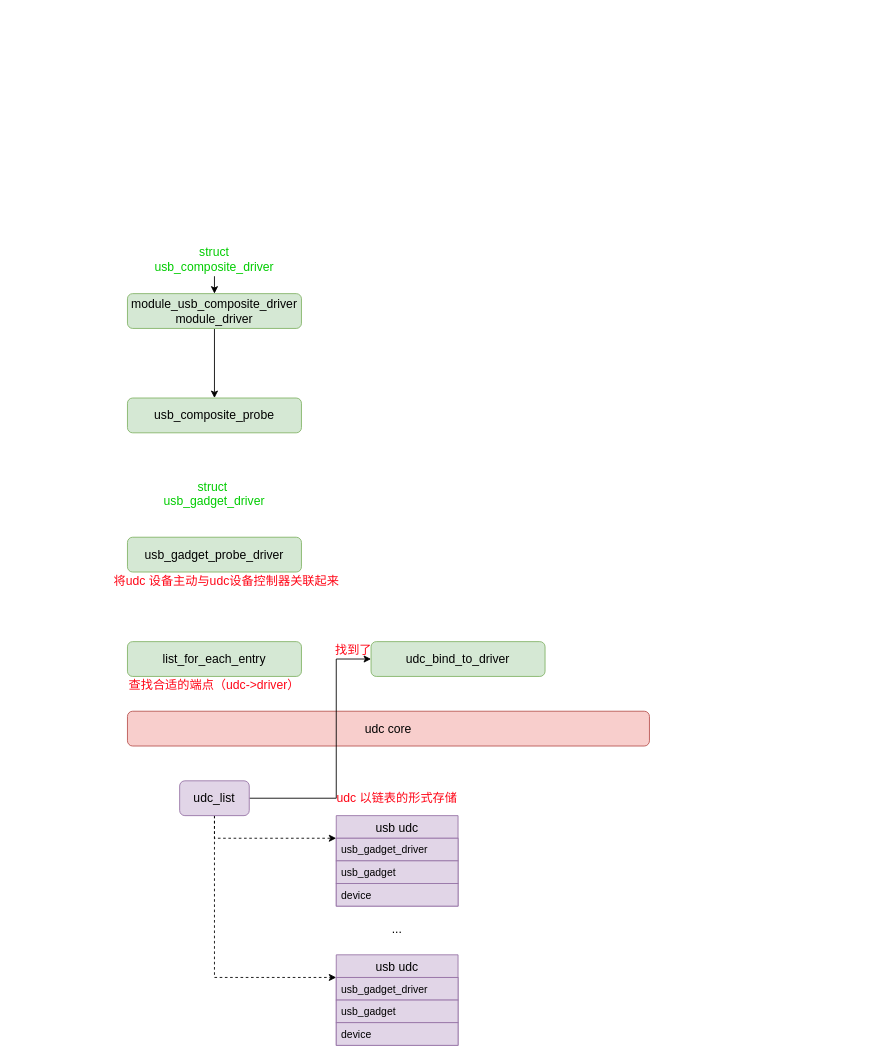
Above: USB gadget 驱动框架2.drawio in Vinson-001/Blog-flow-chart (draw.io), before the change. Source tidied: cells renumbered, new cells numbered last; positions are measured from the earlier drawing's top-left corner, leaving out a move shared by most shapes. Both pictures are drawn from the tidied source at 87%, with x=0, y=0 at pixel (104, 241).
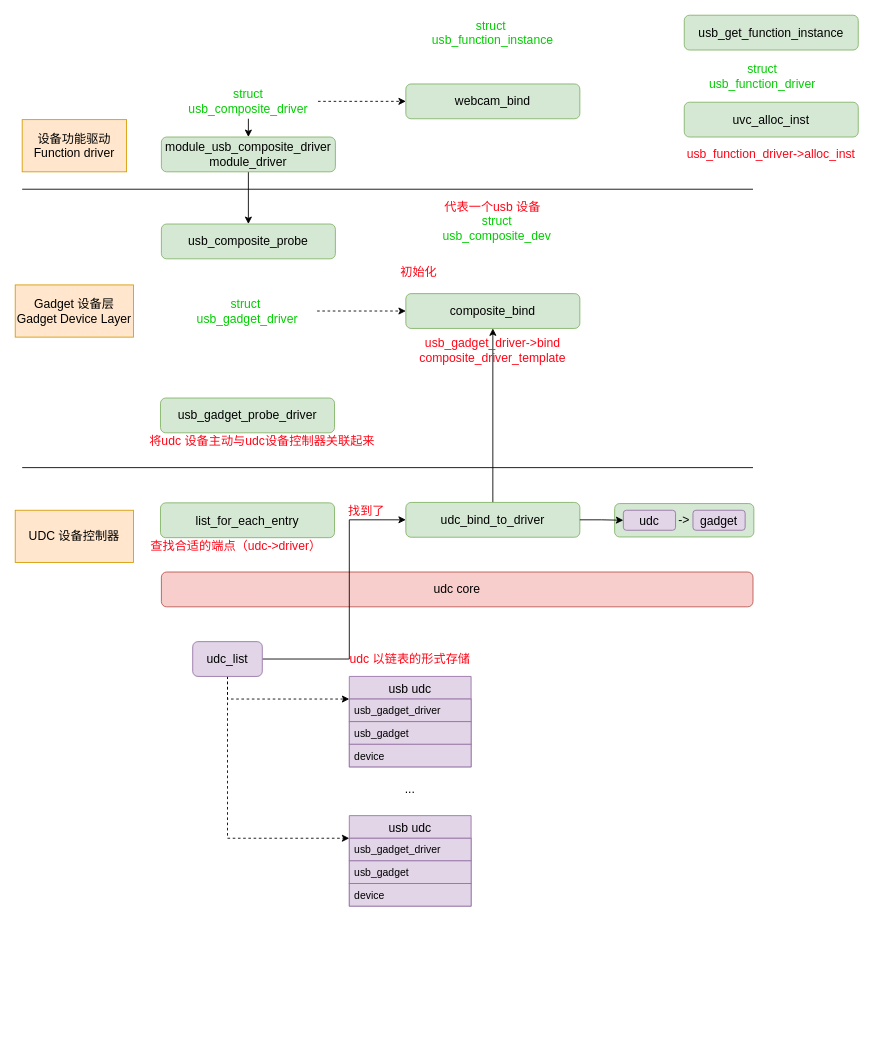
After the change.

Commit message:
更新USB gadget 驱动框架2.drawio

What changed in the source:
```diff
@@
+    <mxCell id="29" style="edgeStyle=orthogonalEdgeStyle;rounded=0;jettySize=auto;html=1;exitX=0.5;exitY=0;exitDx=0;exitDy=0;entryX=0.5;entryY=1;entryDx=0;entryDy=0;fontSize=14;" parent="1" edge="1" source="16" target="39">
+      <mxGeometry relative="1" as="geometry" />
+    </mxCell>
+    <mxCell id="30" value="&lt;font color=&quot;#ff0516&quot;&gt;usb_gadget_driver-&amp;gt;bind&lt;br&gt;composite_driver_template&lt;br&gt;&lt;/font&gt;" style="text;html=1;strokeColor=none;fillColor=none;align=center;verticalAlign=middle;whiteSpace=wrap;rounded=0;fontSize=14;" parent="1" vertex="1">
+      <mxGeometry x="361" y="110" width="170" height="30" as="geometry" />
+    </mxCell>
     <mxCell id="2" value="&lt;font&gt;&lt;span style=&quot;font-size: 14px&quot;&gt;udc core&lt;/span&gt;&lt;br&gt;&lt;/font&gt;" style="rounded=1;whiteSpace=wrap;html=1;fillColor=#f8cecc;strokeColor=#b85450;" parent="1" vertex="1">
-      <mxGeometry x="26" y="540" width="600" height="40" as="geometry" />
+      <mxGeometry x="65" y="380" width="680" height="40" as="geometry" />
     </mxCell>
@@
     <mxCell id="4" value="&lt;font&gt;&lt;span style=&quot;font-size: 14px&quot;&gt;module_usb_composite_driver&lt;/span&gt;&lt;font style=&quot;font-size: 14px&quot;&gt;&lt;br&gt;module_driver&lt;/font&gt;&lt;br&gt;&lt;/font&gt;" style="rounded=1;whiteSpace=wrap;html=1;fillColor=#d5e8d4;strokeColor=#82b366;" parent="1" vertex="1">
-      <mxGeometry x="26" y="60" width="200" height="40" as="geometry" />
+      <mxGeometry x="65" y="-120" width="200" height="40" as="geometry" />
     </mxCell>
@@
+    <mxCell id="31" style="edgeStyle=orthogonalEdgeStyle;rounded=0;jettySize=auto;html=1;exitX=1;exitY=0.5;exitDx=0;exitDy=0;fontSize=14;dashed=1;" parent="1" edge="1" source="6" target="48">
+      <mxGeometry relative="1" as="geometry" />
+    </mxCell>
     <mxCell id="6" value="&lt;font color=&quot;#00cc00&quot;&gt;struct usb_composite_driver&lt;/font&gt;" style="text;html=1;strokeColor=none;fillColor=none;align=center;verticalAlign=middle;whiteSpace=wrap;rounded=0;fontSize=14;" parent="1" vertex="1">
-      <mxGeometry x="46" width="160" height="40" as="geometry" />
+      <mxGeometry x="85" y="-181" width="160" height="40" as="geometry" />
     </mxCell>
     <mxCell id="7" value="&lt;font&gt;&lt;span style=&quot;font-size: 14px&quot;&gt;usb_composite_probe&lt;/span&gt;&lt;br&gt;&lt;/font&gt;" style="rounded=1;whiteSpace=wrap;html=1;fillColor=#d5e8d4;strokeColor=#82b366;" parent="1" vertex="1">
-      <mxGeometry x="26" y="180" width="200" height="40" as="geometry" />
+      <mxGeometry x="65" y="-20" width="200" height="40" as="geometry" />
     </mxCell>
+    <mxCell id="32" style="edgeStyle=orthogonalEdgeStyle;rounded=0;jettySize=auto;html=1;exitX=1;exitY=0.5;exitDx=0;exitDy=0;entryX=0;entryY=0.5;entryDx=0;entryDy=0;dashed=1;fontSize=14;" parent="1" edge="1" source="8" target="39">
+      <mxGeometry relative="1" as="geometry" />
+    </mxCell>
     <mxCell id="8" value="&lt;font color=&quot;#00cc00&quot;&gt;struct&amp;nbsp;&lt;br&gt;usb_gadget_driver&lt;/font&gt;" style="text;html=1;strokeColor=none;fillColor=none;align=center;verticalAlign=middle;whiteSpace=wrap;rounded=0;fontSize=14;" parent="1" vertex="1">
-      <mxGeometry x="46" y="270" width="160" height="40" as="geometry" />
+      <mxGeometry x="84" y="60" width="160" height="40" as="geometry" />
     </mxCell>
     <mxCell id="9" value="&lt;font&gt;&lt;span style=&quot;font-size: 14px&quot;&gt;usb_gadget_probe_driver&lt;/span&gt;&lt;br&gt;&lt;/font&gt;" style="rounded=1;whiteSpace=wrap;html=1;fillColor=#d5e8d4;strokeColor=#82b366;" parent="1" vertex="1">
-      <mxGeometry x="26" y="340" width="200" height="40" as="geometry" />
+      <mxGeometry x="64" y="180" width="200" height="40" as="geometry" />
     </mxCell>
     <mxCell id="10" value="&lt;font color=&quot;#ff0516&quot;&gt;将udc 设备主动与udc设备控制器关联起来&lt;/font&gt;" style="text;html=1;strokeColor=none;fillColor=none;align=center;verticalAlign=middle;whiteSpace=wrap;rounded=0;fontSize=14;" parent="1" vertex="1">
-      <mxGeometry y="380" width="280" height="20" as="geometry" />
+      <mxGeometry x="41" y="220" width="280" height="20" as="geometry" />
     </mxCell>
     <mxCell id="11" value="&lt;font&gt;&lt;span style=&quot;font-size: 14px&quot;&gt;list_for_each_entry&lt;/span&gt;&lt;br&gt;&lt;/font&gt;" style="rounded=1;whiteSpace=wrap;html=1;fillColor=#d5e8d4;strokeColor=#82b366;" parent="1" vertex="1">
-      <mxGeometry x="26" y="460" width="200" height="40" as="geometry" />
+      <mxGeometry x="64" y="300.5" width="200" height="40" as="geometry" />
     </mxCell>
     <mxCell id="12" style="edgeStyle=orthogonalEdgeStyle;rounded=0;jettySize=auto;html=1;exitX=1;exitY=0.5;exitDx=0;exitDy=0;entryX=0;entryY=0.5;entryDx=0;entryDy=0;fontSize=14;" parent="1" edge="1" source="15" target="16">
       <mxGeometry relative="1" as="geometry">
         <Array as="points">
-          <mxPoint x="266" y="640" />
-          <mxPoint x="266" y="480" />
+          <mxPoint x="281" y="480" />
+          <mxPoint x="281" y="320" />
         </Array>
       </mxGeometry>
     </mxCell>
@@
     <mxCell id="15" value="&lt;font&gt;&lt;span style=&quot;font-size: 14px&quot;&gt;udc_list&lt;/span&gt;&lt;br&gt;&lt;/font&gt;" style="rounded=1;whiteSpace=wrap;html=1;fillColor=#e1d5e7;strokeColor=#9673a6;" parent="1" vertex="1">
-      <mxGeometry x="86" y="620" width="80" height="40" as="geometry" />
+      <mxGeometry x="101" y="460" width="80" height="40" as="geometry" />
     </mxCell>
     <mxCell id="16" value="&lt;font&gt;&lt;span style=&quot;font-size: 14px&quot;&gt;udc_bind_to_driver&lt;/span&gt;&lt;br&gt;&lt;/font&gt;" style="rounded=1;whiteSpace=wrap;html=1;fillColor=#d5e8d4;strokeColor=#82b366;" parent="1" vertex="1">
-      <mxGeometry x="306" y="460" width="200" height="40" as="geometry" />
+      <mxGeometry x="346" y="300" width="200" height="40" as="geometry" />
     </mxCell>
     <mxCell id="17" value="&lt;font color=&quot;#ff0516&quot;&gt;找到了&lt;/font&gt;" style="text;html=1;strokeColor=none;fillColor=none;align=center;verticalAlign=middle;whiteSpace=wrap;rounded=0;fontSize=14;" parent="1" vertex="1">
-      <mxGeometry x="256" y="460" width="60" height="20" as="geometry" />
+      <mxGeometry x="271" y="300" width="60" height="20" as="geometry" />
     </mxCell>
     <mxCell id="18" value="&lt;font color=&quot;#ff0516&quot;&gt;查找合适的端点（udc-&amp;gt;driver）&lt;/font&gt;" style="text;html=1;strokeColor=none;fillColor=none;align=center;verticalAlign=middle;whiteSpace=wrap;rounded=0;fontSize=14;" parent="1" vertex="1">
-      <mxGeometry x="26" y="500" width="200" height="20" as="geometry" />
+      <mxGeometry x="51" y="340" width="200" height="20" as="geometry" />
     </mxCell>
     <mxCell id="19" value="usb udc" style="swimlane;fontStyle=0;horizontal=1;startSize=26;fillColor=#e1d5e7;fontSize=14;strokeColor=#9673a6;" parent="1" vertex="1">
-      <mxGeometry x="266" y="660" width="140" height="104" as="geometry" />
+      <mxGeometry x="281" y="500" width="140" height="104" as="geometry" />
     </mxCell>
@@
     <mxCell id="23" value="usb udc" style="swimlane;fontStyle=0;horizontal=1;startSize=26;fillColor=#e1d5e7;fontSize=14;strokeColor=#9673a6;" parent="1" vertex="1">
-      <mxGeometry x="266" y="820" width="140" height="104" as="geometry" />
+      <mxGeometry x="281" y="660" width="140" height="104" as="geometry" />
     </mxCell>
@@
     <mxCell id="27" value="..." style="text;html=1;strokeColor=none;fillColor=none;align=center;verticalAlign=middle;whiteSpace=wrap;rounded=0;fontSize=14;" parent="1" vertex="1">
-      <mxGeometry x="316" y="780" width="40" height="20" as="geometry" />
+      <mxGeometry x="331" y="620" width="40" height="20" as="geometry" />
     </mxCell>
     <mxCell id="28" value="&lt;font color=&quot;#ff0516&quot;&gt;udc 以链表的形式存储&lt;/font&gt;" style="text;html=1;strokeColor=none;fillColor=none;align=center;verticalAlign=middle;whiteSpace=wrap;rounded=0;fontSize=14;" parent="1" vertex="1">
-      <mxGeometry x="236" y="630" width="200" height="20" as="geometry" />
+      <mxGeometry x="251" y="470" width="200" height="20" as="geometry" />
     </mxCell>
+    <mxCell id="33" style="group;" parent="1" vertex="1">
+      <mxGeometry x="596" y="309" width="150" height="33" as="geometry" />
+    </mxCell>
+    <mxCell id="34" style="rounded=1;whiteSpace=wrap;html=1;fontSize=14;fillColor=#d5e8d4;strokeColor=#82b366;" parent="33" vertex="1">
+      <mxGeometry x="-10" y="-7.7" width="160" height="38.4" as="geometry" />
+    </mxCell>
+    <mxCell id="35" value="&lt;font&gt;&lt;span style=&quot;font-size: 14px&quot;&gt;udc&lt;/span&gt;&lt;br&gt;&lt;/font&gt;" style="rounded=1;whiteSpace=wrap;html=1;fillColor=#e1d5e7;strokeColor=#9673a6;" parent="33" vertex="1">
+      <mxGeometry width="60" height="23" as="geometry" />
+    </mxCell>
+    <mxCell id="36" value="&lt;font&gt;&lt;span style=&quot;font-size: 14px&quot;&gt;gadget&lt;/span&gt;&lt;br&gt;&lt;/font&gt;" style="rounded=1;whiteSpace=wrap;html=1;fillColor=#e1d5e7;strokeColor=#9673a6;" parent="33" vertex="1">
+      <mxGeometry x="80" width="60" height="23" as="geometry" />
+    </mxCell>
+    <mxCell id="37" value="-&amp;gt;" style="text;html=1;strokeColor=none;fillColor=none;align=center;verticalAlign=middle;whiteSpace=wrap;rounded=0;fontSize=14;" parent="33" vertex="1">
+      <mxGeometry x="55" y="3.8" width="30" height="15.3" as="geometry" />
+    </mxCell>
+    <mxCell id="38" style="edgeStyle=orthogonalEdgeStyle;rounded=0;jettySize=auto;html=1;exitX=1;exitY=0.5;exitDx=0;exitDy=0;entryX=0;entryY=0.5;entryDx=0;entryDy=0;fontSize=14;" parent="1" edge="1" source="16" target="35">
+      <mxGeometry relative="1" as="geometry" />
+    </mxCell>
+    <mxCell id="39" value="&lt;font&gt;&lt;span style=&quot;font-size: 14px&quot;&gt;composite_bind&lt;/span&gt;&lt;br&gt;&lt;/font&gt;" style="rounded=1;whiteSpace=wrap;html=1;fillColor=#d5e8d4;strokeColor=#82b366;" parent="1" vertex="1">
+      <mxGeometry x="346" y="60" width="200" height="40" as="geometry" />
+    </mxCell>
+    <mxCell id="40" value="&lt;font color=&quot;#ff0516&quot;&gt;初始化&lt;br&gt;&lt;/font&gt;" style="text;html=1;strokeColor=none;fillColor=none;align=center;verticalAlign=middle;whiteSpace=wrap;rounded=0;fontSize=14;" parent="1" vertex="1">
+      <mxGeometry x="331" y="20" width="60" height="30" as="geometry" />
+    </mxCell>
+    <mxCell id="41" value="&lt;font color=&quot;#00cc00&quot;&gt;struct usb_composite_dev&lt;/font&gt;" style="text;html=1;strokeColor=none;fillColor=none;align=center;verticalAlign=middle;whiteSpace=wrap;rounded=0;fontSize=14;" parent="1" vertex="1">
+      <mxGeometry x="371" y="-35" width="160" height="40" as="geometry" />
+    </mxCell>
+    <mxCell id="42" value="&lt;font color=&quot;#ff0516&quot;&gt;代表一个usb 设备&lt;br&gt;&lt;/font&gt;" style="text;html=1;strokeColor=none;fillColor=none;align=center;verticalAlign=middle;whiteSpace=wrap;rounded=0;fontSize=14;" parent="1" vertex="1">
+      <mxGeometry x="381" y="-55" width="130" height="30" as="geometry" />
+    </mxCell>
+    <mxCell id="43" value="设备功能驱动&lt;br&gt;Function driver" style="rounded=0;whiteSpace=wrap;html=1;fontSize=14;fillColor=#ffe6cc;strokeColor=#d79b00;" parent="1" vertex="1">
+      <mxGeometry x="-95" y="-140" width="120" height="60" as="geometry" />
+    </mxCell>
+    <mxCell id="44" style="endArrow=none;html=1;fontSize=14;" parent="1" edge="1">
+      <mxGeometry relative="1" as="geometry">
+        <mxPoint x="-95" y="-60" as="sourcePoint" />
+        <mxPoint x="745" y="-60" as="targetPoint" />
+      </mxGeometry>
+    </mxCell>
+    <mxCell id="45" style="endArrow=none;html=1;fontSize=14;" parent="1" edge="1">
+      <mxGeometry relative="1" as="geometry">
+        <mxPoint x="-95" y="260" as="sourcePoint" />
+        <mxPoint x="745" y="260" as="targetPoint" />
+      </mxGeometry>
+    </mxCell>
+    <mxCell id="46" value="Gadget 设备层&lt;br&gt;Gadget Device Layer" style="rounded=0;whiteSpace=wrap;html=1;fontSize=14;fillColor=#ffe6cc;strokeColor=#d79b00;" parent="1" vertex="1">
+      <mxGeometry x="-103" y="50" width="136" height="60" as="geometry" />
+    </mxCell>
+    <mxCell id="47" value="UDC 设备控制器" style="rounded=0;whiteSpace=wrap;html=1;fontSize=14;fillColor=#ffe6cc;strokeColor=#d79b00;" parent="1" vertex="1">
+      <mxGeometry x="-103" y="309" width="136" height="60" as="geometry" />
+    </mxCell>
+    <mxCell id="48" value="&lt;font&gt;&lt;span style=&quot;font-size: 14px&quot;&gt;webcam_bind&lt;/span&gt;&lt;br&gt;&lt;/font&gt;" style="rounded=1;whiteSpace=wrap;html=1;fillColor=#d5e8d4;strokeColor=#82b366;" parent="1" vertex="1">
+      <mxGeometry x="346" y="-181" width="200" height="40" as="geometry" />
+    </mxCell>
+    <mxCell id="49" value="&lt;font&gt;&lt;span style=&quot;font-size: 14px&quot;&gt;usb_get_function_instance&lt;/span&gt;&lt;br&gt;&lt;/font&gt;" style="rounded=1;whiteSpace=wrap;html=1;fillColor=#d5e8d4;strokeColor=#82b366;" parent="1" vertex="1">
+      <mxGeometry x="666" y="-260" width="200" height="40" as="geometry" />
+    </mxCell>
+    <mxCell id="50" value="&lt;font color=&quot;#00cc00&quot;&gt;struct&amp;nbsp;&lt;br&gt;usb_function_instance&lt;/font&gt;" style="text;html=1;strokeColor=none;fillColor=none;align=center;verticalAlign=middle;whiteSpace=wrap;rounded=0;fontSize=14;" parent="1" vertex="1">
+      <mxGeometry x="366" y="-260" width="160" height="40" as="geometry" />
+    </mxCell>
+    <mxCell id="51" value="&lt;font color=&quot;#00cc00&quot;&gt;struct usb_function_driver&lt;/font&gt;" style="text;html=1;strokeColor=none;fillColor=none;align=center;verticalAlign=middle;whiteSpace=wrap;rounded=0;fontSize=14;" parent="1" vertex="1">
+      <mxGeometry x="676" y="-210" width="160" height="40" as="geometry" />
+    </mxCell>
+    <mxCell id="52" value="&lt;font&gt;&lt;span style=&quot;font-size: 14px&quot;&gt;uvc_alloc_inst&lt;/span&gt;&lt;br&gt;&lt;/font&gt;" style="rounded=1;whiteSpace=wrap;html=1;fillColor=#d5e8d4;strokeColor=#82b366;" parent="1" vertex="1">
+      <mxGeometry x="666" y="-160" width="200" height="40" as="geometry" />
+    </mxCell>
+    <mxCell id="53" value="&lt;font color=&quot;#ff0516&quot;&gt;usb_function_driver-&amp;gt;alloc_inst&lt;br&gt;&lt;/font&gt;" style="text;html=1;strokeColor=none;fillColor=none;align=center;verticalAlign=middle;whiteSpace=wrap;rounded=0;fontSize=14;" parent="1" vertex="1">
+      <mxGeometry x="666" y="-115" width="200" height="30" as="geometry" />
+    </mxCell>
```
